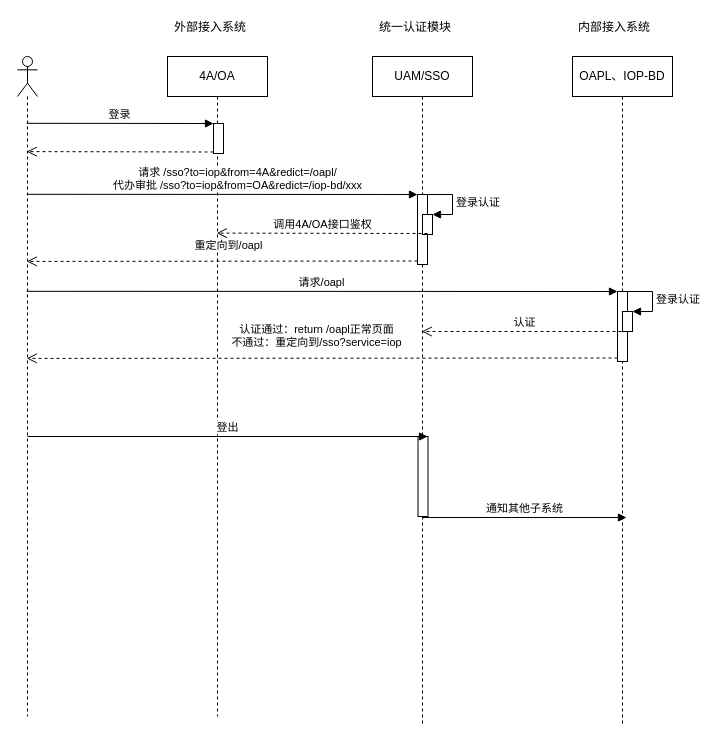
baker635/tmp keeps this draw.io diagram as page "page2" (2 of 3) of 统一认证管理.drawio. Above is the earlier version. Source tidied: cells renumbered, new cells numbered last; positions are measured from the earlier drawing's top-left corner, leaving out a move shared by most shapes. Both pictures are drawn from the tidied source at 100%, with x=0, y=0 at pixel (17, 17).
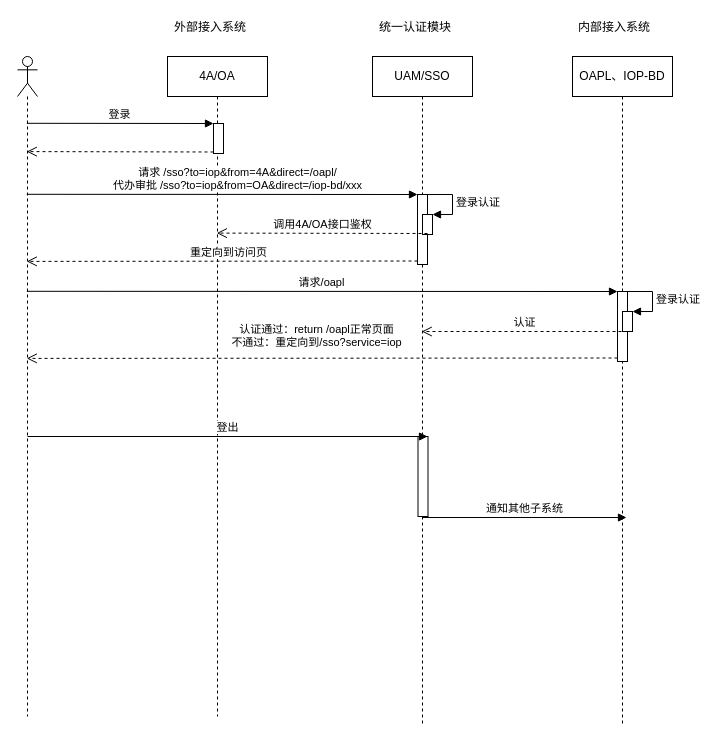
The same diagram, later.

Unchanged cells that the change refers to:
```xml
<mxCell id="8" style="html=1;points=[];perimeter=orthogonalPerimeter;" parent="7" vertex="1">
  <mxGeometry x="45" y="138" width="10" height="70" as="geometry" />
</mxCell>
```

What changed in the source:
```diff
@@
-    <mxCell id="13" value="请求 /sso?to=iop&amp;amp;from=4A&amp;amp;redict=/oapl/&lt;br&gt;代办审批 /sso?to=iop&amp;amp;from=OA&amp;amp;redict=/iop-bd/xxx" style="html=1;verticalAlign=bottom;endArrow=block;entryX=0;entryY=0;" parent="1" edge="1" target="8">
+    <mxCell id="13" value="请求 /sso?to=iop&amp;amp;from=4A&amp;amp;direct=/oapl/&lt;br&gt;代办审批 /sso?to=iop&amp;amp;from=OA&amp;amp;direct=/iop-bd/xxx" style="html=1;verticalAlign=bottom;endArrow=block;entryX=0;entryY=0;" parent="1" edge="1" target="8">
       <mxGeometry x="0.08" relative="1" as="geometry">
         <mxPoint x="9.3" y="176.8" as="sourcePoint" />
       </mxGeometry>
     </mxCell>
-    <mxCell id="14" value="重定向到/oapl" style="html=1;verticalAlign=bottom;endArrow=open;dashed=1;endSize=8;exitX=0;exitY=0.95;" parent="1" edge="1" source="8">
-      <mxGeometry x="-0.03" y="-7" relative="1" as="geometry">
+    <mxCell id="14" value="重定向到访问页" style="html=1;verticalAlign=bottom;endArrow=open;dashed=1;endSize=8;exitX=0;exitY=0.95;" parent="1" edge="1" source="8">
+      <mxGeometry x="-0.03" relative="1" as="geometry">
         <mxPoint x="9.3" y="243.9" as="targetPoint" />
       </mxGeometry>
     </mxCell>
```
